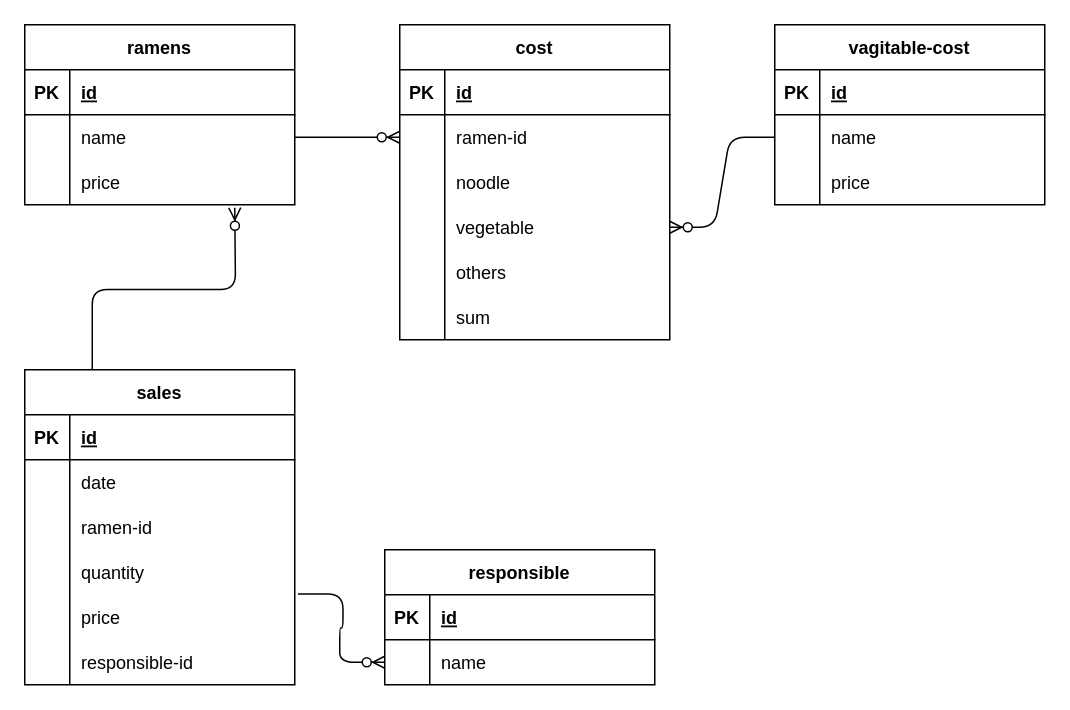
Before: ER.dio in 39sangu/sales-management, a draw.io diagram. Source tidied: cells renumbered, new cells numbered last; positions are measured from the earlier drawing's top-left corner, leaving out a move shared by most shapes. Both pictures are drawn from the tidied source at 150%, with x=0, y=0 at pixel (24, 24).
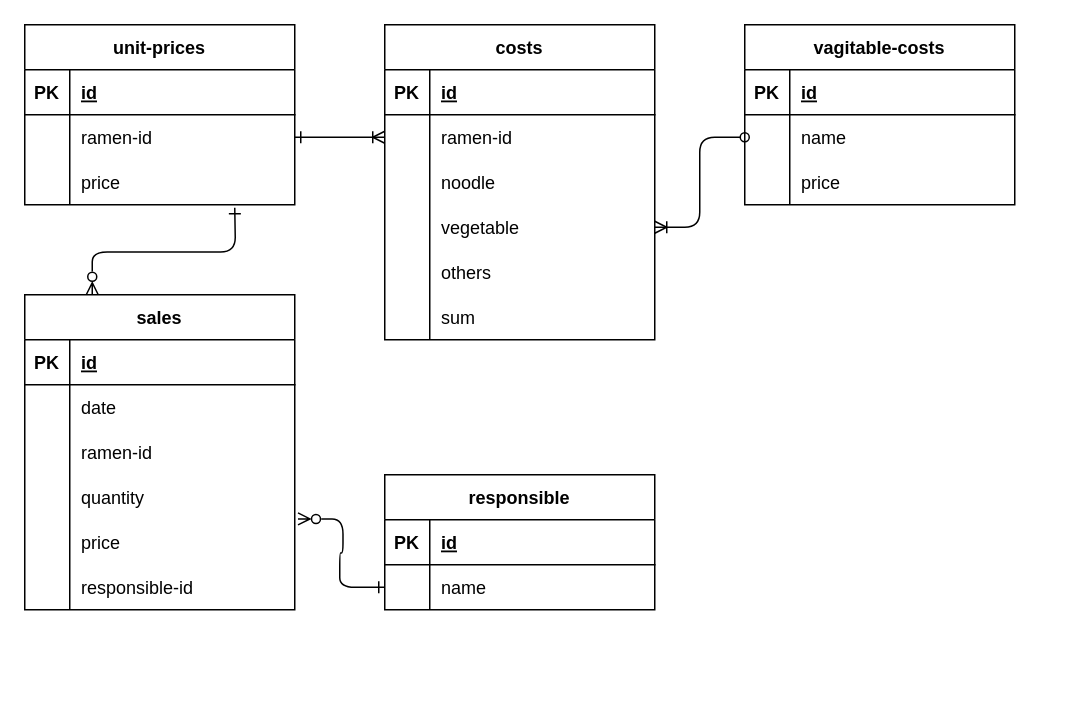
The same page after the edit.

Commit message (it also covers changes not shown here):
ER図とinitial.sqlの修正

Unchanged cells that the change refers to:
```xml
<mxCell id="6" style="shape=partialRectangle;fillColor=none;top=0;left=0;bottom=0;right=0;points=[[0,0.5],[1,0.5]];portConstraint=eastwest;" parent="2" vertex="1">
  <mxGeometry y="60" width="180" height="30" as="geometry" />
</mxCell>
<mxCell id="12" style="shape=partialRectangle;fillColor=none;top=0;left=0;bottom=0;right=0;points=[[0,0.5],[1,0.5]];portConstraint=eastwest;" parent="2" vertex="1">
  <mxGeometry y="120" width="180" height="30" as="geometry" />
</mxCell>
<mxCell id="25" style="shape=partialRectangle;fillColor=none;top=0;left=0;bottom=0;right=0;" parent="21" vertex="1">
  <mxGeometry y="60" width="180" height="30" as="geometry" />
</mxCell>
<mxCell id="35" style="shape=partialRectangle;fillColor=none;top=0;left=0;bottom=0;right=0;points=[[0,0.5],[1,0.5]];portConstraint=eastwest;" parent="31" vertex="1">
  <mxGeometry y="60" width="180" height="30" as="geometry" />
</mxCell>
<mxCell id="42" style="shape=partialRectangle;fillColor=none;top=0;left=0;bottom=0;right=0;points=[[0,0.5],[1,0.5]];portConstraint=eastwest;" parent="38" vertex="1">
  <mxGeometry y="60" width="180" height="30" as="geometry" />
</mxCell>
<mxCell id="63" style="shape=partialRectangle;fillColor=none;top=0;left=0;bottom=0;right=0;points=[[0,0.5],[1,0.5]];portConstraint=eastwest;" parent="50" vertex="1">
  <mxGeometry y="150" width="180" height="30" as="geometry" />
</mxCell>
```

Diff of the diagram source:
```diff
@@
-    <mxCell id="2" value="cost" style="shape=table;startSize=30;childLayout=tableLayout;rowLines=0;fontStyle=1;align=center;" parent="1" vertex="1">
-      <mxGeometry x="250" width="180" height="210" as="geometry" />
+    <mxCell id="2" value="costs" style="shape=table;startSize=30;childLayout=tableLayout;rowLines=0;fontStyle=1;align=center;" parent="1" vertex="1">
+      <mxGeometry x="240" width="180" height="210" as="geometry" />
     </mxCell>
@@
-    <mxCell id="21" value="ramens" style="shape=table;startSize=30;childLayout=tableLayout;rowLines=0;fontStyle=1;align=center;" parent="1" vertex="1">
+    <mxCell id="21" value="unit-prices" style="shape=table;startSize=30;childLayout=tableLayout;rowLines=0;fontStyle=1;align=center;" parent="1" vertex="1">
       <mxGeometry width="180" height="120" as="geometry" />
     </mxCell>
@@
-    <mxCell id="27" value="name" style="shape=partialRectangle;fillColor=none;top=0;left=0;bottom=0;right=0;align=left;spacingLeft=6;overflow=hidden;" parent="25" vertex="1">
+    <mxCell id="27" value="ramen-id" style="shape=partialRectangle;fillColor=none;top=0;left=0;bottom=0;right=0;align=left;spacingLeft=6;overflow=hidden;" parent="25" vertex="1">
       <mxGeometry x="30" width="150" height="30" as="geometry" />
     </mxCell>
@@
     <mxCell id="31" value="responsible" style="shape=table;startSize=30;childLayout=tableLayout;rowLines=0;fontStyle=1;align=center;" parent="1" vertex="1">
-      <mxGeometry x="240" y="350" width="180" height="90" as="geometry" />
+      <mxGeometry x="240" y="300" width="180" height="90" as="geometry" />
     </mxCell>
@@
-    <mxCell id="38" value="vagitable-cost" style="shape=table;startSize=30;childLayout=tableLayout;rowLines=0;fontStyle=1;align=center;" parent="1" vertex="1">
-      <mxGeometry x="500" width="180" height="120" as="geometry" />
+    <mxCell id="38" value="vagitable-costs" style="shape=table;startSize=30;childLayout=tableLayout;rowLines=0;fontStyle=1;align=center;" parent="1" vertex="1">
+      <mxGeometry x="480" width="180" height="120" as="geometry" />
     </mxCell>
@@
-    <mxCell id="48" style="edgeStyle=entityRelationEdgeStyle;fontSize=12;html=1;endArrow=ERzeroToMany;endFill=1;entryX=0;entryY=0.5;entryDx=0;entryDy=0;" parent="1" edge="1" target="6">
+    <mxCell id="48" style="edgeStyle=entityRelationEdgeStyle;fontSize=12;html=1;endArrow=ERoneToMany;endFill=0;entryX=0;entryY=0.5;entryDx=0;entryDy=0;startArrow=ERone;startFill=0;" parent="1" edge="1" target="6">
       <mxGeometry relative="1" as="geometry">
         <mxPoint x="180" y="75" as="sourcePoint" />
       </mxGeometry>
     </mxCell>
-    <mxCell id="49" style="edgeStyle=entityRelationEdgeStyle;fontSize=12;html=1;endArrow=ERzeroToMany;endFill=1;exitX=0;exitY=0.5;exitDx=0;exitDy=0;entryX=1;entryY=0.5;entryDx=0;entryDy=0;" parent="1" edge="1" source="42" target="12">
+    <mxCell id="49" style="edgeStyle=entityRelationEdgeStyle;fontSize=12;html=1;endArrow=ERoneToMany;endFill=0;exitX=0;exitY=0.5;exitDx=0;exitDy=0;entryX=1;entryY=0.5;entryDx=0;entryDy=0;startArrow=oval;startFill=0;" parent="1" edge="1" source="42" target="12">
       <mxGeometry relative="1" as="geometry" />
     </mxCell>
     <mxCell id="50" value="sales" style="shape=table;startSize=30;childLayout=tableLayout;rowLines=0;fontStyle=1;align=center;" parent="1" vertex="1">
-      <mxGeometry y="230" width="180" height="210" as="geometry" />
+      <mxGeometry y="180" width="180" height="210" as="geometry" />
     </mxCell>
@@
-    <mxCell id="69" style="edgeStyle=entityRelationEdgeStyle;fontSize=12;html=1;endArrow=ERzeroToMany;endFill=1;entryX=0;entryY=0.5;entryDx=0;entryDy=0;exitX=1.012;exitY=-0.018;exitDx=0;exitDy=0;exitPerimeter=0;" parent="1" edge="1" source="63" target="35">
+    <mxCell id="69" style="edgeStyle=entityRelationEdgeStyle;fontSize=12;html=1;endArrow=ERone;endFill=0;entryX=0;entryY=0.5;entryDx=0;entryDy=0;exitX=1.012;exitY=-0.018;exitDx=0;exitDy=0;exitPerimeter=0;startArrow=ERzeroToMany;startFill=0;" parent="1" edge="1" source="63" target="35">
       <mxGeometry relative="1" as="geometry" />
     </mxCell>
-    <mxCell id="70" style="fontSize=12;html=1;endArrow=ERzeroToMany;endFill=1;exitX=0.25;exitY=0;exitDx=0;exitDy=0;edgeStyle=orthogonalEdgeStyle;" parent="1" edge="1" source="50">
+    <mxCell id="70" style="fontSize=12;html=1;endArrow=ERone;endFill=0;exitX=0.25;exitY=0;exitDx=0;exitDy=0;edgeStyle=orthogonalEdgeStyle;startArrow=ERzeroToMany;startFill=0;" parent="1" edge="1" source="50">
       <mxGeometry relative="1" as="geometry">
         <mxPoint x="140" y="122" as="targetPoint" />
       </mxGeometry>
     </mxCell>
```
